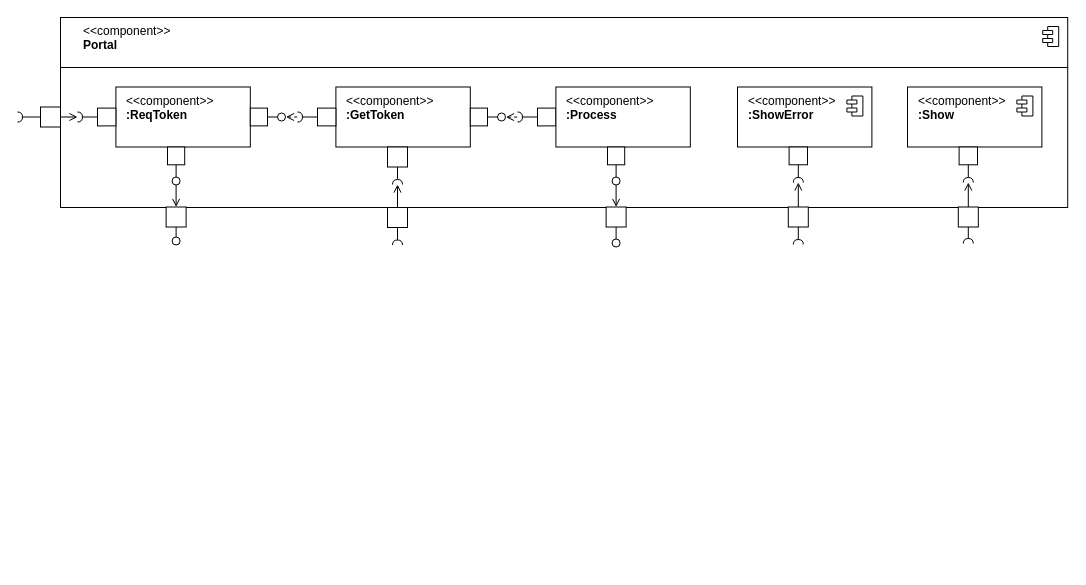
The draw.io diagram JYJ-原子构件-Token.drawio in WFUing/GRADUATION, before the edit. Source tidied: cells renumbered, new cells numbered last; positions are measured from the earlier drawing's top-left corner, leaving out a move shared by most shapes. Both pictures are drawn from the tidied source at 100%, with x=0, y=0 at pixel (17, 17).
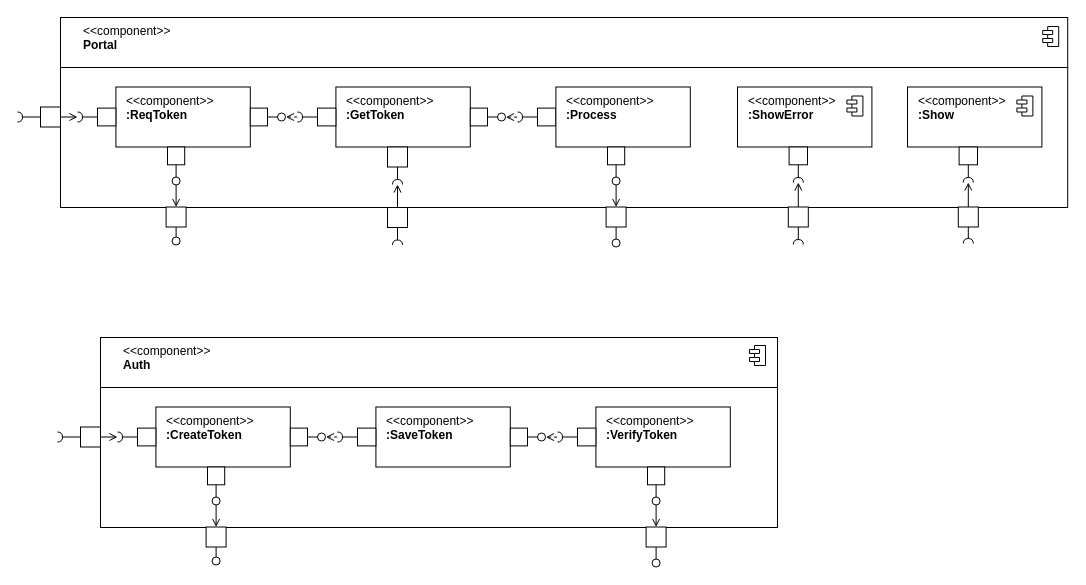
The same diagram, later.

Commit message (it also covers changes not shown here):
更新JYJ-原子构件-Token.drawio

Diff of the diagram source:
```diff
@@
+    <mxCell id="93" style="rounded=0;whiteSpace=wrap;html=1;" parent="1" vertex="1">
+      <mxGeometry x="83" y="370" width="677" height="140" as="geometry" />
+    </mxCell>
+    <mxCell id="94" value="&lt;div&gt;&amp;lt;&amp;lt;component&amp;gt;&amp;gt;&lt;/div&gt;&lt;div&gt;&lt;b&gt;Auth&lt;/b&gt;&lt;/div&gt;" style="html=1;align=left;spacingLeft=21;verticalAlign=top;" parent="1" vertex="1">
+      <mxGeometry x="83" y="320" width="677" height="50" as="geometry" />
+    </mxCell>
+    <mxCell id="95" style="shape=module;jettyWidth=10;jettyHeight=4;" parent="1" vertex="1">
+      <mxGeometry x="687.8" y="398.5" width="16" height="20" as="geometry">
+        <mxPoint x="-25" y="9" as="offset" />
+      </mxGeometry>
+    </mxCell>
+    <mxCell id="96" style="endArrow=none;html=1;rounded=0;align=center;verticalAlign=top;endFill=0;labelBackgroundColor=none;endSize=2;startArrow=open;startFill=0;" parent="1" edge="1" source="105" target="114">
+      <mxGeometry relative="1" as="geometry" />
+    </mxCell>
+    <mxCell id="97" style="shape=module;jettyWidth=10;jettyHeight=4;" parent="1" vertex="1">
+      <mxGeometry x="467.8" y="398.5" width="16" height="20" as="geometry">
+        <mxPoint x="-25" y="9" as="offset" />
+      </mxGeometry>
+    </mxCell>
+    <mxCell id="98" style="rounded=0;jettySize=auto;html=1;labelBackgroundColor=none;endArrow=none;endFill=0;fontSize=9;dashed=1;exitX=-0.059;exitY=0.524;exitDx=0;exitDy=0;exitPerimeter=0;startArrow=open;startFill=0;" parent="1" edge="1" source="133" target="111">
+      <mxGeometry relative="1" as="geometry" />
+    </mxCell>
+    <mxCell id="99" style="shape=module;jettyWidth=10;jettyHeight=4;" parent="1" vertex="1">
+      <mxGeometry x="247.8" y="398.5" width="16" height="20" as="geometry">
+        <mxPoint x="-25" y="9" as="offset" />
+      </mxGeometry>
+    </mxCell>
+    <mxCell id="100" style="rounded=0;jettySize=auto;html=1;labelBackgroundColor=none;endArrow=none;endFill=0;fontSize=9;dashed=1;exitX=-0.054;exitY=0.499;exitDx=0;exitDy=0;exitPerimeter=0;startArrow=open;startFill=0;" parent="1" edge="1" source="124" target="136">
+      <mxGeometry relative="1" as="geometry" />
+    </mxCell>
+    <mxCell id="101" style="endArrow=none;html=1;rounded=0;align=center;verticalAlign=top;endFill=0;labelBackgroundColor=none;endSize=2;startArrow=open;startFill=0;" parent="1" edge="1" source="125" target="121">
+      <mxGeometry relative="1" as="geometry" />
+    </mxCell>
+    <mxCell id="102" style="endArrow=none;html=1;rounded=0;align=center;verticalAlign=top;endFill=0;labelBackgroundColor=none;startArrow=open;startFill=0;" parent="1" edge="1" source="118" target="128">
+      <mxGeometry relative="1" as="geometry" />
+    </mxCell>
+    <mxCell id="103" value="&lt;div&gt;&amp;lt;&amp;lt;component&amp;gt;&amp;gt;&lt;/div&gt;&lt;div&gt;&lt;b&gt;:SaveToken&lt;/b&gt;&lt;/div&gt;" style="html=1;align=left;spacingLeft=9;verticalAlign=top;" parent="1" vertex="1">
+      <mxGeometry x="358.4" y="389.5" width="134.4" height="60" as="geometry" />
+    </mxCell>
+    <mxCell id="104" style="shape=module;jettyWidth=10;jettyHeight=4;" parent="1" vertex="1">
+      <mxGeometry x="732" y="328" width="16" height="20" as="geometry">
+        <mxPoint x="-25" y="9" as="offset" />
+      </mxGeometry>
+    </mxCell>
+    <mxCell id="105" style="html=1;rounded=0;" parent="1" vertex="1">
+      <mxGeometry x="628.6" y="509.5" width="20" height="20" as="geometry" />
+    </mxCell>
+    <mxCell id="106" style="endArrow=none;html=1;rounded=0;align=center;verticalAlign=top;endFill=0;labelBackgroundColor=none;endSize=2;" parent="1" edge="1" source="105" target="107">
+      <mxGeometry relative="1" as="geometry" />
+    </mxCell>
+    <mxCell id="107" style="ellipse;html=1;fontSize=11;align=center;fillColor=none;points=[];verticalAlign=bottom;labelPosition=center;verticalLabelPosition=top;flipH=1;" parent="1" vertex="1">
+      <mxGeometry x="634.6" y="541.5" width="8" height="8" as="geometry" />
+    </mxCell>
+    <mxCell id="108" value="&lt;div&gt;&amp;lt;&amp;lt;component&amp;gt;&amp;gt;&lt;/div&gt;&lt;div&gt;&lt;b&gt;:VerifyToken&lt;/b&gt;&lt;/div&gt;" style="html=1;align=left;spacingLeft=9;verticalAlign=top;" parent="1" vertex="1">
+      <mxGeometry x="578.4" y="389.5" width="134.4" height="60" as="geometry" />
+    </mxCell>
+    <mxCell id="109" style="html=1;rounded=0;" parent="1" vertex="1">
+      <mxGeometry x="560" y="410.6" width="18.4" height="17.8" as="geometry" />
+    </mxCell>
+    <mxCell id="110" style="endArrow=none;html=1;rounded=0;align=center;verticalAlign=top;endFill=0;labelBackgroundColor=none;endSize=2;exitX=0;exitY=0.5;exitDx=0;exitDy=0;" parent="1" edge="1" source="109" target="111">
+      <mxGeometry relative="1" as="geometry" />
+    </mxCell>
+    <mxCell id="111" style="shape=requiredInterface;html=1;fontSize=11;align=center;fillColor=none;points=[];verticalAlign=bottom;labelPosition=center;verticalLabelPosition=top;flipH=1;rotation=-180;" parent="1" vertex="1">
+      <mxGeometry x="540" y="414.5" width="5" height="10" as="geometry" />
+    </mxCell>
+    <mxCell id="112" style="html=1;rounded=0;" parent="1" vertex="1">
+      <mxGeometry x="630" y="449.5" width="17.2" height="17.8" as="geometry" />
+    </mxCell>
+    <mxCell id="113" style="endArrow=none;html=1;rounded=0;align=center;verticalAlign=top;endFill=0;labelBackgroundColor=none;endSize=2;" parent="1" edge="1" source="112" target="114">
+      <mxGeometry relative="1" as="geometry" />
+    </mxCell>
+    <mxCell id="114" style="ellipse;html=1;fontSize=11;align=center;fillColor=none;points=[];verticalAlign=bottom;labelPosition=center;verticalLabelPosition=top;flipH=1;" parent="1" vertex="1">
+      <mxGeometry x="634.6" y="479.5" width="8" height="8" as="geometry" />
+    </mxCell>
+    <mxCell id="115" value="&lt;div&gt;&amp;lt;&amp;lt;component&amp;gt;&amp;gt;&lt;/div&gt;&lt;div&gt;&lt;b&gt;:CreateToken&lt;/b&gt;&lt;/div&gt;" style="html=1;align=left;spacingLeft=9;verticalAlign=top;" parent="1" vertex="1">
+      <mxGeometry x="138.4" y="389.5" width="134.4" height="60" as="geometry" />
+    </mxCell>
+    <mxCell id="116" style="html=1;rounded=0;" parent="1" vertex="1">
+      <mxGeometry x="120" y="410.6" width="18.4" height="17.8" as="geometry" />
+    </mxCell>
+    <mxCell id="117" style="endArrow=none;html=1;rounded=0;align=center;verticalAlign=top;endFill=0;labelBackgroundColor=none;endSize=2;" parent="1" edge="1" source="116" target="118">
+      <mxGeometry relative="1" as="geometry" />
+    </mxCell>
+    <mxCell id="118" style="shape=requiredInterface;html=1;fontSize=11;align=center;fillColor=none;points=[];verticalAlign=bottom;labelPosition=center;verticalLabelPosition=top;flipH=1;rotation=-180;" parent="1" vertex="1">
+      <mxGeometry x="100" y="414.5" width="5" height="10" as="geometry" />
+    </mxCell>
+    <mxCell id="119" style="html=1;rounded=0;" parent="1" vertex="1">
+      <mxGeometry x="190" y="449.5" width="17.2" height="17.8" as="geometry" />
+    </mxCell>
+    <mxCell id="120" style="endArrow=none;html=1;rounded=0;align=center;verticalAlign=top;endFill=0;labelBackgroundColor=none;endSize=2;" parent="1" edge="1" source="119" target="121">
+      <mxGeometry relative="1" as="geometry" />
+    </mxCell>
+    <mxCell id="121" style="ellipse;html=1;fontSize=11;align=center;fillColor=none;points=[];verticalAlign=bottom;labelPosition=center;verticalLabelPosition=top;flipH=1;" parent="1" vertex="1">
+      <mxGeometry x="194.6" y="479.5" width="8" height="8" as="geometry" />
+    </mxCell>
+    <mxCell id="122" style="html=1;rounded=0;" parent="1" vertex="1">
+      <mxGeometry x="272.8" y="410.6" width="17.2" height="17.8" as="geometry" />
+    </mxCell>
+    <mxCell id="123" style="endArrow=none;html=1;rounded=0;align=center;verticalAlign=top;endFill=0;labelBackgroundColor=none;endSize=2;" parent="1" edge="1" source="122" target="124">
+      <mxGeometry relative="1" as="geometry" />
+    </mxCell>
+    <mxCell id="124" style="ellipse;html=1;fontSize=11;align=center;fillColor=none;points=[];verticalAlign=bottom;labelPosition=center;verticalLabelPosition=top;flipH=1;" parent="1" vertex="1">
+      <mxGeometry x="300" y="415.5" width="8" height="8" as="geometry" />
+    </mxCell>
+    <mxCell id="125" style="html=1;rounded=0;" parent="1" vertex="1">
+      <mxGeometry x="188.6" y="509.5" width="20" height="20" as="geometry" />
+    </mxCell>
+    <mxCell id="126" style="endArrow=none;html=1;rounded=0;align=center;verticalAlign=top;endFill=0;labelBackgroundColor=none;endSize=2;" parent="1" edge="1" source="125" target="127">
+      <mxGeometry relative="1" as="geometry" />
+    </mxCell>
+    <mxCell id="127" style="ellipse;html=1;fontSize=11;align=center;fillColor=none;points=[];verticalAlign=bottom;labelPosition=center;verticalLabelPosition=top;flipH=1;" parent="1" vertex="1">
+      <mxGeometry x="194.6" y="539.5" width="8" height="8" as="geometry" />
+    </mxCell>
+    <mxCell id="128" style="html=1;rounded=0;" parent="1" vertex="1">
+      <mxGeometry x="63" y="409.5" width="20" height="20" as="geometry" />
+    </mxCell>
+    <mxCell id="129" style="endArrow=none;html=1;rounded=0;align=center;verticalAlign=top;endFill=0;labelBackgroundColor=none;endSize=2;" parent="1" edge="1" source="128" target="130">
+      <mxGeometry relative="1" as="geometry" />
+    </mxCell>
+    <mxCell id="130" style="shape=requiredInterface;html=1;fontSize=11;align=center;fillColor=none;points=[];verticalAlign=bottom;labelPosition=center;verticalLabelPosition=top;flipH=1;rotation=-180;" parent="1" vertex="1">
+      <mxGeometry x="40" y="414.5" width="5" height="10" as="geometry" />
+    </mxCell>
+    <mxCell id="131" style="html=1;rounded=0;" parent="1" vertex="1">
+      <mxGeometry x="492.8" y="410.6" width="17.2" height="17.8" as="geometry" />
+    </mxCell>
+    <mxCell id="132" style="endArrow=none;html=1;rounded=0;align=center;verticalAlign=top;endFill=0;labelBackgroundColor=none;endSize=2;" parent="1" edge="1" source="131" target="133">
+      <mxGeometry relative="1" as="geometry" />
+    </mxCell>
+    <mxCell id="133" style="ellipse;html=1;fontSize=11;align=center;fillColor=none;points=[];verticalAlign=bottom;labelPosition=center;verticalLabelPosition=top;flipH=1;" parent="1" vertex="1">
+      <mxGeometry x="520" y="415.5" width="8" height="8" as="geometry" />
+    </mxCell>
+    <mxCell id="134" style="html=1;rounded=0;" parent="1" vertex="1">
+      <mxGeometry x="340" y="410.6" width="18.4" height="17.8" as="geometry" />
+    </mxCell>
+    <mxCell id="135" style="endArrow=none;html=1;rounded=0;align=center;verticalAlign=top;endFill=0;labelBackgroundColor=none;endSize=2;" parent="1" edge="1" source="134" target="136">
+      <mxGeometry relative="1" as="geometry" />
+    </mxCell>
+    <mxCell id="136" style="shape=requiredInterface;html=1;fontSize=11;align=center;fillColor=none;points=[];verticalAlign=bottom;labelPosition=center;verticalLabelPosition=top;flipH=1;rotation=-180;" parent="1" vertex="1">
+      <mxGeometry x="320" y="414.5" width="5" height="10" as="geometry" />
+    </mxCell>
```
